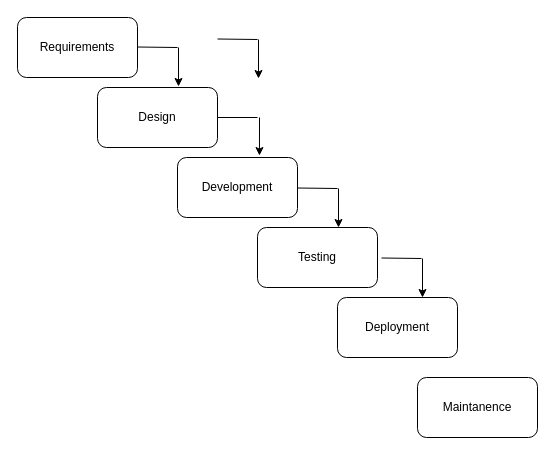
Above: page "Page-4" (4 of 5) of FYP-Chatbot.drawio in myselfswk/FYP-Chatbot-Diagrams (draw.io), before the change. Source tidied: cells renumbered, new cells numbered last; positions are measured from the earlier drawing's top-left corner, leaving out a move shared by most shapes. Both pictures are drawn from the tidied source at 100%, with x=0, y=0 at pixel (17, 17).
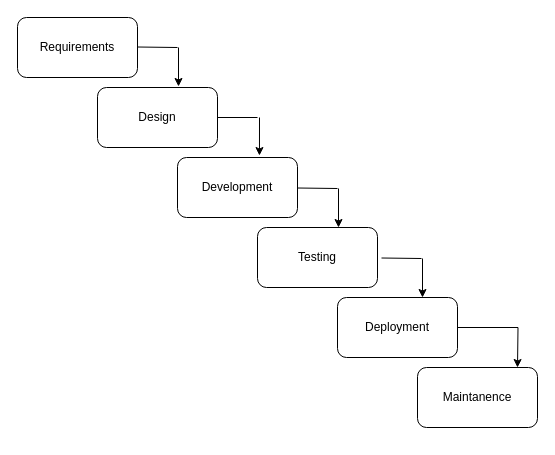
The same page after the edit.

Unchanged cells that the change refers to:
```xml
<mxCell id="6" value="Deployment" style="rounded=1;whiteSpace=wrap;html=1;" parent="1" vertex="1">
  <mxGeometry x="320" y="280" width="120" height="60" as="geometry" />
</mxCell>
```

Diff of the diagram source:
```diff
@@
     <mxCell id="4" value="Maintanence" style="rounded=1;whiteSpace=wrap;html=1;" parent="1" vertex="1">
-      <mxGeometry x="400" y="360" width="120" height="60" as="geometry" />
+      <mxGeometry x="400" y="350" width="120" height="60" as="geometry" />
     </mxCell>
@@
+    <mxCell id="18" style="edgeStyle=orthogonalEdgeStyle;rounded=0;jettySize=auto;html=1;" parent="1" edge="1" source="6">
+      <mxGeometry relative="1" as="geometry">
+        <mxPoint x="500" y="350" as="targetPoint" />
+      </mxGeometry>
+    </mxCell>
@@
-    <mxCell id="16" style="endArrow=none;html=1;rounded=0;" parent="1" edge="1">
-      <mxGeometry relative="1" as="geometry">
-        <mxPoint x="200" y="21.5" as="sourcePoint" />
-        <mxPoint x="240" y="22" as="targetPoint" />
-      </mxGeometry>
-    </mxCell>
-    <mxCell id="17" style="endArrow=classic;html=1;rounded=0;entryX=0.675;entryY=-0.017;entryDx=0;entryDy=0;entryPerimeter=0;" parent="1" edge="1">
-      <mxGeometry relative="1" as="geometry">
-        <mxPoint x="241" y="22" as="sourcePoint" />
-        <mxPoint x="241" y="61" as="targetPoint" />
-      </mxGeometry>
-    </mxCell>
```
